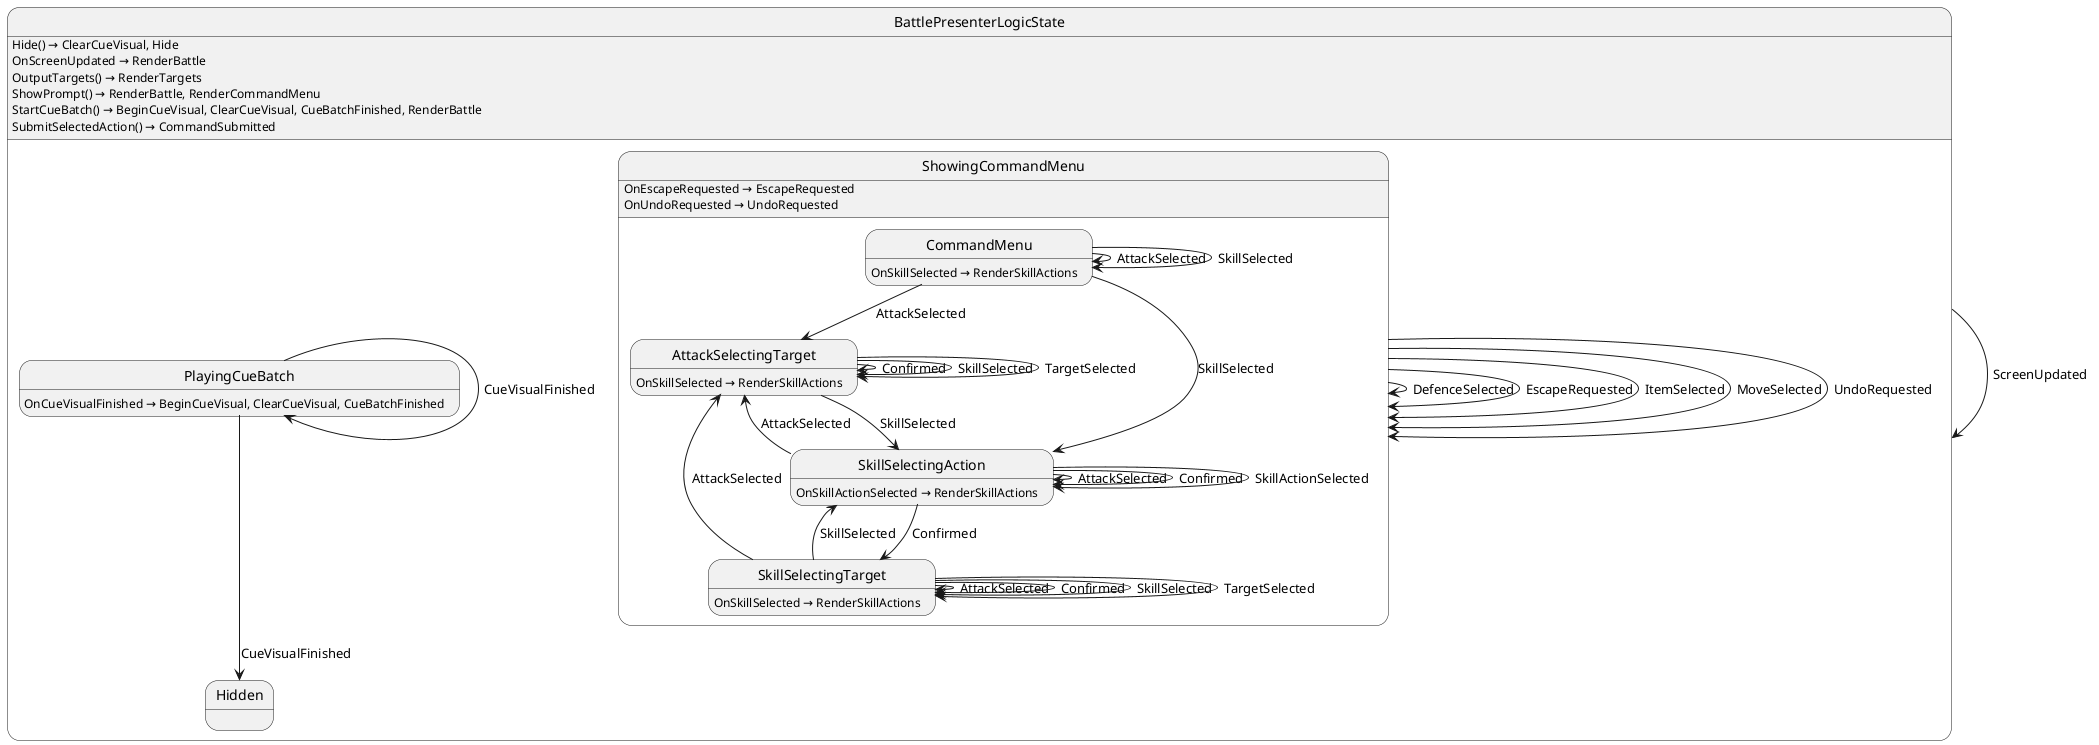
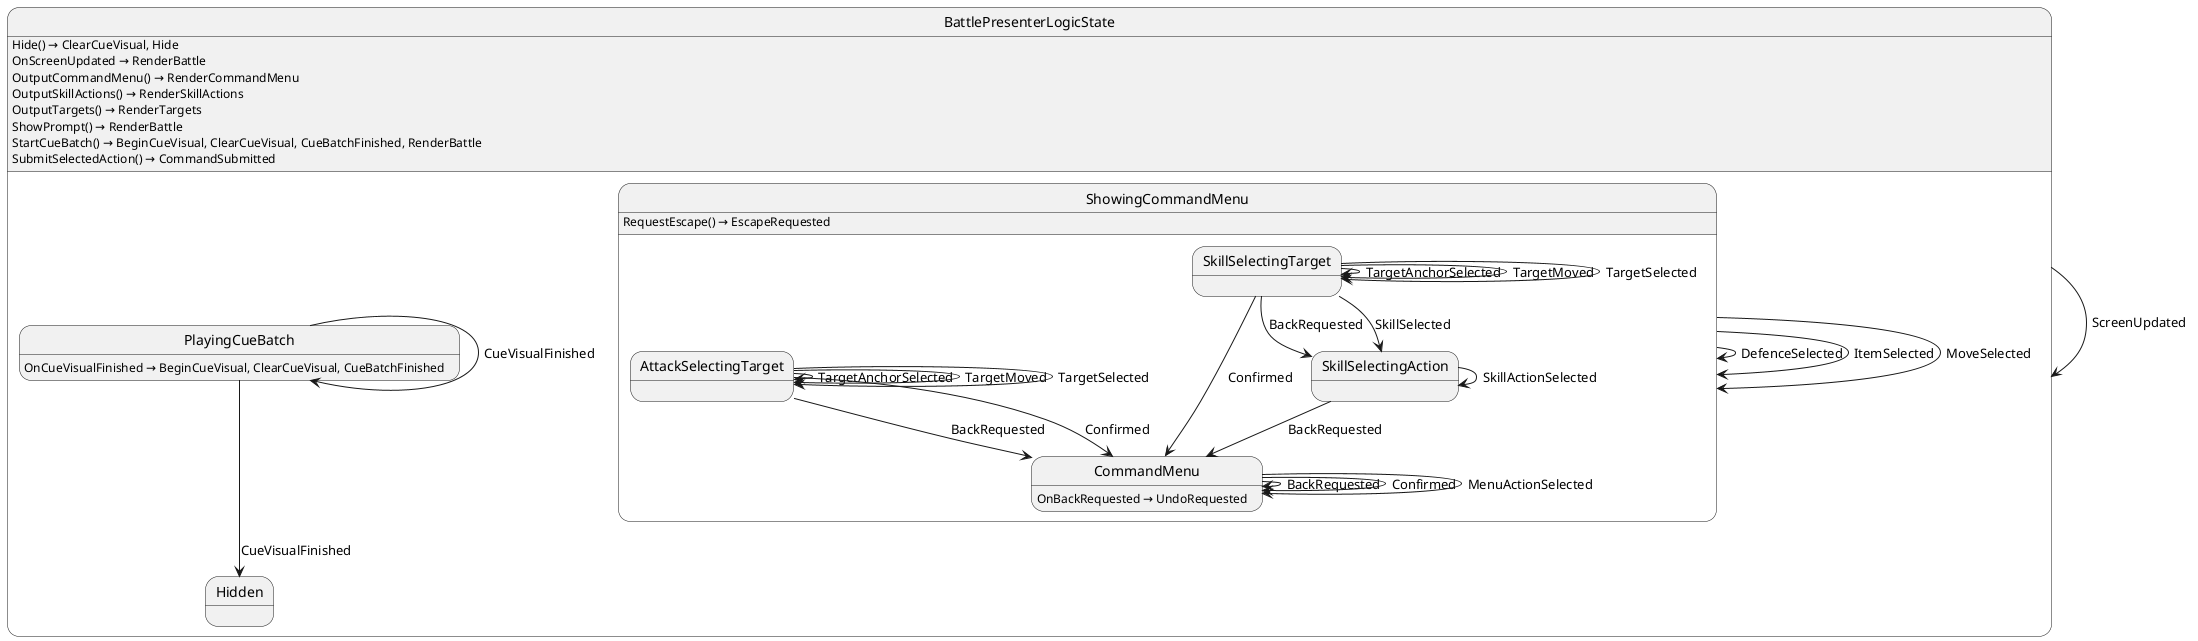
@startuml BattlePresenterLogicState
state "BattlePresenterLogicState" as Labyrinth_BattlePresenterLogicState {
  state "Hidden" as Labyrinth_BattlePresenterLogicState_Hidden
  state "PlayingCueBatch" as Labyrinth_BattlePresenterLogicState_PlayingCueBatch
  state "ShowingCommandMenu" as Labyrinth_BattlePresenterLogicState_ShowingCommandMenu {
    state "AttackSelectingTarget" as Labyrinth_BattlePresenterLogicState_AttackSelectingTarget
    state "CommandMenu" as Labyrinth_BattlePresenterLogicState_CommandMenu
    state "SkillSelectingAction" as Labyrinth_BattlePresenterLogicState_SkillSelectingAction
    state "SkillSelectingTarget" as Labyrinth_BattlePresenterLogicState_SkillSelectingTarget
  }
}

Labyrinth_BattlePresenterLogicState --> Labyrinth_BattlePresenterLogicState : ScreenUpdated
- Labyrinth_BattlePresenterLogicState_AttackSelectingTarget --> Labyrinth_BattlePresenterLogicState_AttackSelectingTarget : Confirmed
- Labyrinth_BattlePresenterLogicState_AttackSelectingTarget --> Labyrinth_BattlePresenterLogicState_AttackSelectingTarget : SkillSelected
+ Labyrinth_BattlePresenterLogicState_AttackSelectingTarget --> Labyrinth_BattlePresenterLogicState_AttackSelectingTarget : TargetAnchorSelected
+ Labyrinth_BattlePresenterLogicState_AttackSelectingTarget --> Labyrinth_BattlePresenterLogicState_AttackSelectingTarget : TargetMoved
Labyrinth_BattlePresenterLogicState_AttackSelectingTarget --> Labyrinth_BattlePresenterLogicState_AttackSelectingTarget : TargetSelected
- Labyrinth_BattlePresenterLogicState_AttackSelectingTarget --> Labyrinth_BattlePresenterLogicState_SkillSelectingAction : SkillSelected
- Labyrinth_BattlePresenterLogicState_CommandMenu --> Labyrinth_BattlePresenterLogicState_AttackSelectingTarget : AttackSelected
- Labyrinth_BattlePresenterLogicState_CommandMenu --> Labyrinth_BattlePresenterLogicState_CommandMenu : AttackSelected
- Labyrinth_BattlePresenterLogicState_CommandMenu --> Labyrinth_BattlePresenterLogicState_CommandMenu : SkillSelected
- Labyrinth_BattlePresenterLogicState_CommandMenu --> Labyrinth_BattlePresenterLogicState_SkillSelectingAction : SkillSelected
+ Labyrinth_BattlePresenterLogicState_AttackSelectingTarget --> Labyrinth_BattlePresenterLogicState_CommandMenu : BackRequested
+ Labyrinth_BattlePresenterLogicState_AttackSelectingTarget --> Labyrinth_BattlePresenterLogicState_CommandMenu : Confirmed
+ Labyrinth_BattlePresenterLogicState_CommandMenu --> Labyrinth_BattlePresenterLogicState_CommandMenu : BackRequested
+ Labyrinth_BattlePresenterLogicState_CommandMenu --> Labyrinth_BattlePresenterLogicState_CommandMenu : Confirmed
+ Labyrinth_BattlePresenterLogicState_CommandMenu --> Labyrinth_BattlePresenterLogicState_CommandMenu : MenuActionSelected
Labyrinth_BattlePresenterLogicState_PlayingCueBatch --> Labyrinth_BattlePresenterLogicState_Hidden : CueVisualFinished
Labyrinth_BattlePresenterLogicState_PlayingCueBatch --> Labyrinth_BattlePresenterLogicState_PlayingCueBatch : CueVisualFinished
Labyrinth_BattlePresenterLogicState_ShowingCommandMenu --> Labyrinth_BattlePresenterLogicState_ShowingCommandMenu : DefenceSelected
- Labyrinth_BattlePresenterLogicState_ShowingCommandMenu --> Labyrinth_BattlePresenterLogicState_ShowingCommandMenu : EscapeRequested
Labyrinth_BattlePresenterLogicState_ShowingCommandMenu --> Labyrinth_BattlePresenterLogicState_ShowingCommandMenu : ItemSelected
Labyrinth_BattlePresenterLogicState_ShowingCommandMenu --> Labyrinth_BattlePresenterLogicState_ShowingCommandMenu : MoveSelected
- Labyrinth_BattlePresenterLogicState_ShowingCommandMenu --> Labyrinth_BattlePresenterLogicState_ShowingCommandMenu : UndoRequested
- Labyrinth_BattlePresenterLogicState_SkillSelectingAction --> Labyrinth_BattlePresenterLogicState_AttackSelectingTarget : AttackSelected
- Labyrinth_BattlePresenterLogicState_SkillSelectingAction --> Labyrinth_BattlePresenterLogicState_SkillSelectingAction : AttackSelected
- Labyrinth_BattlePresenterLogicState_SkillSelectingAction --> Labyrinth_BattlePresenterLogicState_SkillSelectingAction : Confirmed
+ Labyrinth_BattlePresenterLogicState_SkillSelectingAction --> Labyrinth_BattlePresenterLogicState_CommandMenu : BackRequested
Labyrinth_BattlePresenterLogicState_SkillSelectingAction --> Labyrinth_BattlePresenterLogicState_SkillSelectingAction : SkillActionSelected
- Labyrinth_BattlePresenterLogicState_SkillSelectingAction --> Labyrinth_BattlePresenterLogicState_SkillSelectingTarget : Confirmed
- Labyrinth_BattlePresenterLogicState_SkillSelectingTarget --> Labyrinth_BattlePresenterLogicState_AttackSelectingTarget : AttackSelected
+ Labyrinth_BattlePresenterLogicState_SkillSelectingTarget --> Labyrinth_BattlePresenterLogicState_CommandMenu : Confirmed
+ Labyrinth_BattlePresenterLogicState_SkillSelectingTarget --> Labyrinth_BattlePresenterLogicState_SkillSelectingAction : BackRequested
Labyrinth_BattlePresenterLogicState_SkillSelectingTarget --> Labyrinth_BattlePresenterLogicState_SkillSelectingAction : SkillSelected
- Labyrinth_BattlePresenterLogicState_SkillSelectingTarget --> Labyrinth_BattlePresenterLogicState_SkillSelectingTarget : AttackSelected
- Labyrinth_BattlePresenterLogicState_SkillSelectingTarget --> Labyrinth_BattlePresenterLogicState_SkillSelectingTarget : Confirmed
- Labyrinth_BattlePresenterLogicState_SkillSelectingTarget --> Labyrinth_BattlePresenterLogicState_SkillSelectingTarget : SkillSelected
+ Labyrinth_BattlePresenterLogicState_SkillSelectingTarget --> Labyrinth_BattlePresenterLogicState_SkillSelectingTarget : TargetAnchorSelected
+ Labyrinth_BattlePresenterLogicState_SkillSelectingTarget --> Labyrinth_BattlePresenterLogicState_SkillSelectingTarget : TargetMoved
Labyrinth_BattlePresenterLogicState_SkillSelectingTarget --> Labyrinth_BattlePresenterLogicState_SkillSelectingTarget : TargetSelected

Labyrinth_BattlePresenterLogicState : Hide() → ClearCueVisual, Hide
Labyrinth_BattlePresenterLogicState : OnScreenUpdated → RenderBattle
+ Labyrinth_BattlePresenterLogicState : OutputCommandMenu() → RenderCommandMenu
+ Labyrinth_BattlePresenterLogicState : OutputSkillActions() → RenderSkillActions
Labyrinth_BattlePresenterLogicState : OutputTargets() → RenderTargets
- Labyrinth_BattlePresenterLogicState : ShowPrompt() → RenderBattle, RenderCommandMenu
+ Labyrinth_BattlePresenterLogicState : ShowPrompt() → RenderBattle
Labyrinth_BattlePresenterLogicState : StartCueBatch() → BeginCueVisual, ClearCueVisual, CueBatchFinished, RenderBattle
Labyrinth_BattlePresenterLogicState : SubmitSelectedAction() → CommandSubmitted
- Labyrinth_BattlePresenterLogicState_AttackSelectingTarget : OnSkillSelected → RenderSkillActions
- Labyrinth_BattlePresenterLogicState_CommandMenu : OnSkillSelected → RenderSkillActions
+ Labyrinth_BattlePresenterLogicState_CommandMenu : OnBackRequested → UndoRequested
Labyrinth_BattlePresenterLogicState_PlayingCueBatch : OnCueVisualFinished → BeginCueVisual, ClearCueVisual, CueBatchFinished
- Labyrinth_BattlePresenterLogicState_ShowingCommandMenu : OnEscapeRequested → EscapeRequested
- Labyrinth_BattlePresenterLogicState_ShowingCommandMenu : OnUndoRequested → UndoRequested
- Labyrinth_BattlePresenterLogicState_SkillSelectingAction : OnSkillActionSelected → RenderSkillActions
- Labyrinth_BattlePresenterLogicState_SkillSelectingTarget : OnSkillSelected → RenderSkillActions
+ Labyrinth_BattlePresenterLogicState_ShowingCommandMenu : RequestEscape() → EscapeRequested
@enduml